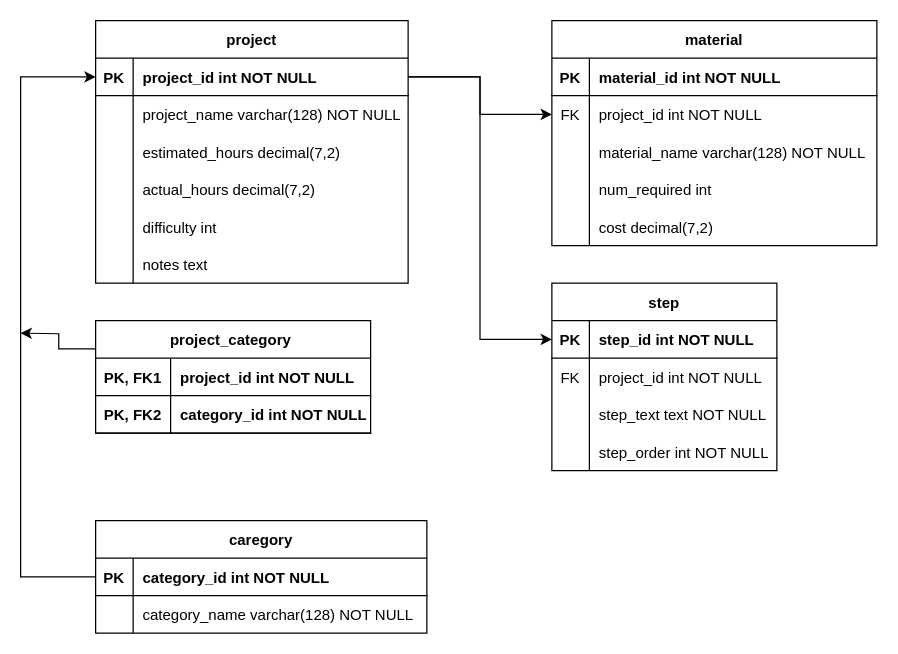
The draw.io diagram Entity-Relationship-Diagram.drawio in AnthonyPerfors/WEEK-2, before the edit. Source tidied: cells renumbered, new cells numbered last; positions are measured from the earlier drawing's top-left corner, leaving out a move shared by most shapes. Both pictures are drawn from the tidied source at 125%, with x=0, y=0 at pixel (20, 20).
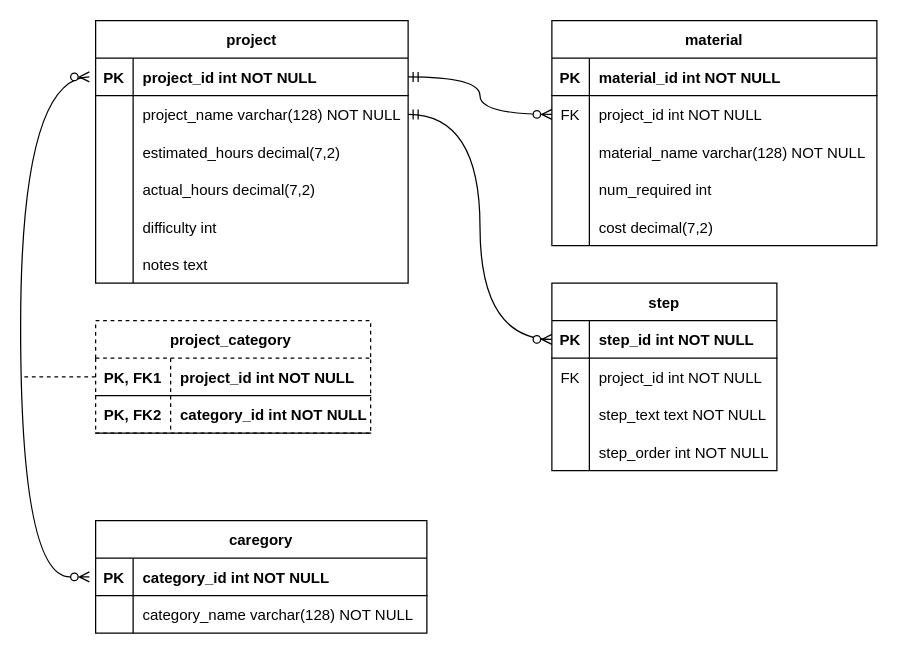
Above is the later version.

The change refers to these unchanged cells:
```xml
<mxCell id="3" style="shape=tableRow;horizontal=0;startSize=0;swimlaneHead=0;swimlaneBody=0;fillColor=none;points=[[0,0.5],[1,0.5]];portConstraint=eastwest;strokeColor=inherit;top=0;left=0;right=0;bottom=1;" parent="2" vertex="1">
  <mxGeometry y="30" width="250" height="30" as="geometry" />
</mxCell>
<mxCell id="6" style="shape=tableRow;horizontal=0;startSize=0;swimlaneHead=0;swimlaneBody=0;fillColor=none;points=[[0,0.5],[1,0.5]];portConstraint=eastwest;strokeColor=inherit;top=0;left=0;right=0;bottom=0;" parent="2" vertex="1">
  <mxGeometry y="60" width="250" height="30" as="geometry" />
</mxCell>
<mxCell id="30" style="shape=tableRow;horizontal=0;startSize=0;swimlaneHead=0;swimlaneBody=0;fillColor=none;points=[[0,0.5],[1,0.5]];portConstraint=eastwest;strokeColor=inherit;top=0;left=0;right=0;bottom=1;" parent="29" vertex="1">
  <mxGeometry y="30" width="265" height="30" as="geometry" />
</mxCell>
<mxCell id="40" style="shape=tableRow;horizontal=0;startSize=0;swimlaneHead=0;swimlaneBody=0;fillColor=none;points=[[0,0.5],[1,0.5]];portConstraint=eastwest;strokeColor=inherit;top=0;left=0;right=0;bottom=0;" parent="36" vertex="1">
  <mxGeometry y="60" width="260" height="30" as="geometry" />
</mxCell>
<mxCell id="53" style="shape=tableRow;horizontal=0;startSize=0;swimlaneHead=0;swimlaneBody=0;fillColor=none;points=[[0,0.5],[1,0.5]];portConstraint=eastwest;strokeColor=inherit;top=0;left=0;right=0;bottom=1;" parent="52" vertex="1">
  <mxGeometry y="30" width="180" height="30" as="geometry" />
</mxCell>
```

The edit, as a diff of the source:
```diff
@@
-    <mxCell id="21" style="edgeStyle=orthogonalEdgeStyle;rounded=0;jettySize=auto;html=1;exitX=0;exitY=0.25;exitDx=0;exitDy=0;" parent="1" edge="1" source="22">
-      <mxGeometry relative="1" as="geometry">
-        <mxPoint y="250" as="targetPoint" />
-      </mxGeometry>
-    </mxCell>
-    <mxCell id="22" value="project_category " style="shape=table;startSize=30;childLayout=tableLayout;rowLines=0;fontStyle=1;align=center;" parent="1" vertex="1">
+    <mxCell id="22" value="project_category " style="shape=table;startSize=30;childLayout=tableLayout;rowLines=0;fontStyle=1;align=center;dashed=1;" parent="1" vertex="1">
       <mxGeometry x="60" y="240" width="220" height="90" as="geometry" />
     </mxCell>
-    <mxCell id="23" style="shape=tableRow;horizontal=0;startSize=0;swimlaneHead=0;swimlaneBody=0;fillColor=none;points=[[0,0.5],[1,0.5]];portConstraint=eastwest;strokeColor=inherit;top=0;left=0;right=0;bottom=1;" parent="22" vertex="1">
+    <mxCell id="23" style="shape=tableRow;horizontal=0;startSize=0;swimlaneHead=0;swimlaneBody=0;fillColor=none;points=[[0,0.5],[1,0.5]];portConstraint=eastwest;strokeColor=default;top=0;left=0;right=0;bottom=1;" parent="22" vertex="1">
       <mxGeometry y="30" width="220" height="30" as="geometry" />
     </mxCell>
@@
+    <mxCell id="68" style="fontSize=12;html=1;endArrow=ERzeroToMany;endFill=1;entryX=0;entryY=0.5;entryDx=0;entryDy=0;exitX=0;exitY=0.5;exitDx=0;exitDy=0;rounded=0;edgeStyle=orthogonalEdgeStyle;curved=1;startArrow=ERzeroToMany;startFill=0;" parent="1" edge="1">
+      <mxGeometry relative="1" as="geometry">
+        <mxPoint x="55" y="445" as="sourcePoint" />
+        <mxPoint x="55" y="45" as="targetPoint" />
+        <Array as="points">
+          <mxPoint y="445" />
+          <mxPoint y="45" />
+        </Array>
+      </mxGeometry>
+    </mxCell>
+    <mxCell id="69" style="fontSize=12;html=1;endArrow=ERzeroToMany;startArrow=ERmandOne;rounded=0;entryX=0;entryY=0.5;entryDx=0;entryDy=0;exitX=1;exitY=0.5;exitDx=0;exitDy=0;edgeStyle=orthogonalEdgeStyle;curved=1;" parent="1" edge="1" source="6" target="53">
+      <mxGeometry relative="1" as="geometry" />
+    </mxCell>
-    <mxCell id="65" style="edgeStyle=orthogonalEdgeStyle;rounded=0;jettySize=auto;html=1;exitX=1;exitY=0.5;exitDx=0;exitDy=0;entryX=0;entryY=0.5;entryDx=0;entryDy=0;" parent="1" edge="1" source="3" target="40">
+    <mxCell id="65" style="fontSize=12;html=1;endArrow=ERzeroToMany;startArrow=ERmandOne;rounded=0;entryX=0;entryY=0.5;entryDx=0;entryDy=0;exitX=1;exitY=0.5;exitDx=0;exitDy=0;edgeStyle=orthogonalEdgeStyle;curved=1;" parent="1" edge="1" source="3" target="40">
       <mxGeometry relative="1" as="geometry" />
     </mxCell>
-    <mxCell id="66" style="edgeStyle=orthogonalEdgeStyle;rounded=0;jettySize=auto;html=1;exitX=0;exitY=0.5;exitDx=0;exitDy=0;entryX=0;entryY=0.5;entryDx=0;entryDy=0;" parent="1" edge="1" source="30" target="3">
-      <mxGeometry relative="1" as="geometry">
-        <Array as="points">
-          <mxPoint y="445" />
-          <mxPoint y="45" />
-        </Array>
-      </mxGeometry>
-    </mxCell>
-    <mxCell id="67" style="edgeStyle=orthogonalEdgeStyle;rounded=0;jettySize=auto;html=1;exitX=1;exitY=0.5;exitDx=0;exitDy=0;entryX=0;entryY=0.5;entryDx=0;entryDy=0;" parent="1" edge="1" source="3" target="53">
-      <mxGeometry relative="1" as="geometry" />
-    </mxCell>
+    <mxCell id="70" style="rounded=0;jettySize=auto;html=1;exitX=0;exitY=0.5;exitDx=0;exitDy=0;dashed=1;startArrow=none;startFill=0;endArrow=none;endFill=0;" parent="1" edge="1" source="23">
+      <mxGeometry relative="1" as="geometry">
+        <mxPoint y="285" as="targetPoint" />
+      </mxGeometry>
+    </mxCell>
```
